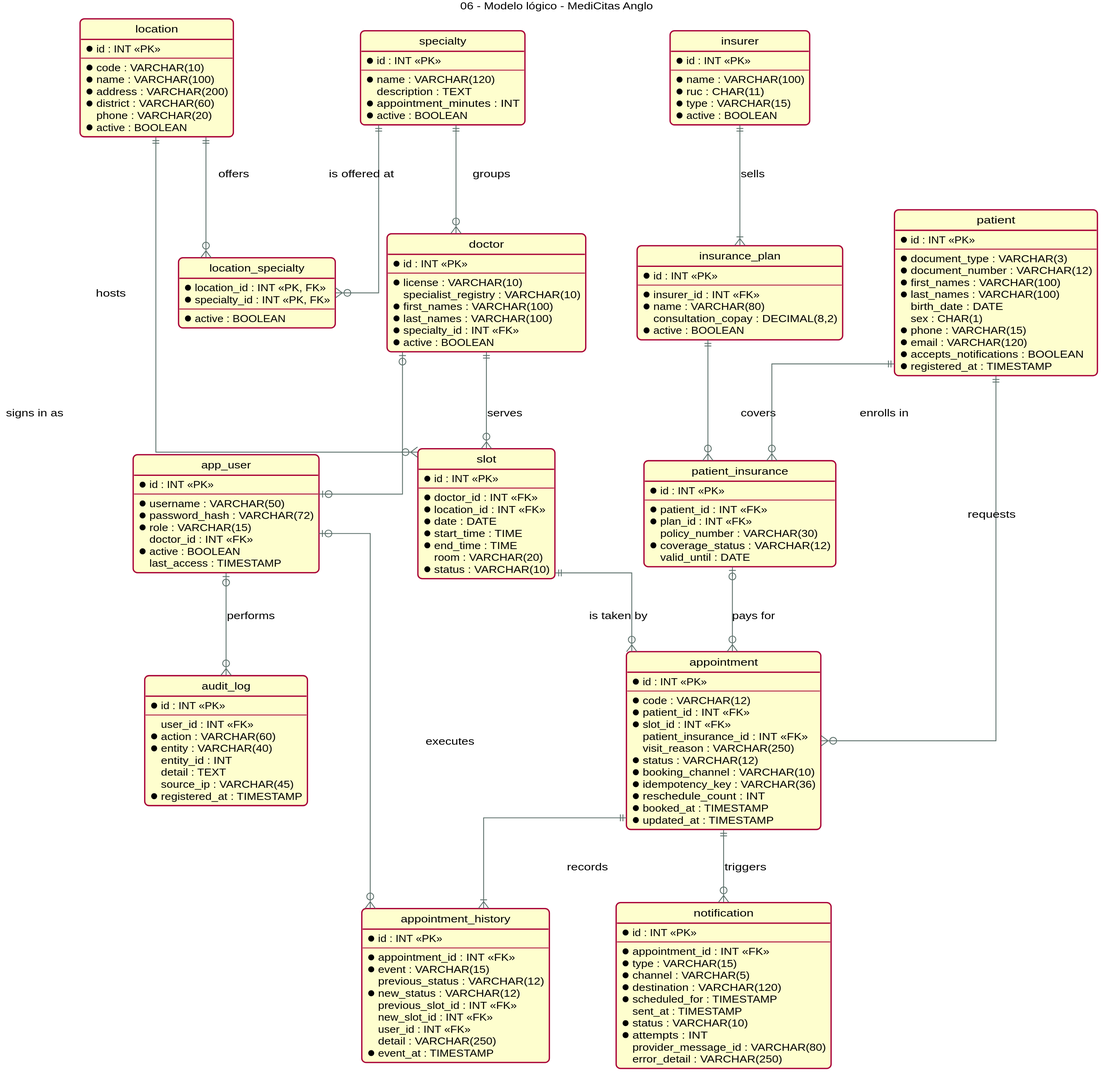
Earlier version of the PlantUML export docs/diagrams/logical-model/img/logical-model.svg (Jimena-CC/ProyectoCitasMedicas). The source it was exported from:
```plantuml
@startuml
title 06 - Modelo lógico - MediCitas Anglo

skinparam shadowing false
skinparam roundCorner 10
skinparam defaultFontName "Helvetica"
skinparam defaultFontSize 12
skinparam dpi 150
skinparam linetype ortho
skinparam nodesep 60
skinparam ranksep 70
skinparam ArrowColor #5A6E69
skinparam entity {
  BackgroundColor #F4F8F7
  BorderColor #7A8C88
  FontColor #17302B
}
skinparam note {
  BackgroundColor #FFF6E5
  BorderColor #9A5B00
  FontColor #5A3A00
}

hide circle

entity specialty {
  * id : INT <<PK>>
  --
  * name : VARCHAR(120)
  description : TEXT
  * appointment_minutes : INT
  * active : BOOLEAN
}

entity location {
  * id : INT <<PK>>
  --
  * code : VARCHAR(10)
  * name : VARCHAR(100)
  * address : VARCHAR(200)
  * district : VARCHAR(60)
  phone : VARCHAR(20)
  * active : BOOLEAN
}

entity location_specialty {
  * location_id : INT <<PK, FK>>
  * specialty_id : INT <<PK, FK>>
  --
  * active : BOOLEAN
}

entity doctor {
  * id : INT <<PK>>
  --
  * license : VARCHAR(10)
  specialist_registry : VARCHAR(10)
  * first_names : VARCHAR(100)
  * last_names : VARCHAR(100)
  * specialty_id : INT <<FK>>
  * active : BOOLEAN
}

entity insurer {
  * id : INT <<PK>>
  --
  * name : VARCHAR(100)
  * ruc : CHAR(11)
  * type : VARCHAR(15)
  * active : BOOLEAN
}

entity insurance_plan {
  * id : INT <<PK>>
  --
  * insurer_id : INT <<FK>>
  * name : VARCHAR(80)
  consultation_copay : DECIMAL(8,2)
  * active : BOOLEAN
}

entity patient {
  * id : INT <<PK>>
  --
  * document_type : VARCHAR(3)
  * document_number : VARCHAR(12)
  * first_names : VARCHAR(100)
  * last_names : VARCHAR(100)
  birth_date : DATE
  sex : CHAR(1)
  * phone : VARCHAR(15)
  * email : VARCHAR(120)
  * accepts_notifications : BOOLEAN
  * registered_at : TIMESTAMP
}

entity patient_insurance {
  * id : INT <<PK>>
  --
  * patient_id : INT <<FK>>
  * plan_id : INT <<FK>>
  policy_number : VARCHAR(30)
  * coverage_status : VARCHAR(12)
  valid_until : DATE
}

entity slot {
  * id : INT <<PK>>
  --
  * doctor_id : INT <<FK>>
  * location_id : INT <<FK>>
  * date : DATE
  * start_time : TIME
  * end_time : TIME
  room : VARCHAR(20)
  * status : VARCHAR(10)
}

entity appointment {
  * id : INT <<PK>>
  --
  * code : VARCHAR(12)
  * patient_id : INT <<FK>>
  * slot_id : INT <<FK>>
  patient_insurance_id : INT <<FK>>
  visit_reason : VARCHAR(250)
  * status : VARCHAR(12)
  * booking_channel : VARCHAR(10)
  * idempotency_key : VARCHAR(36)
  * reschedule_count : INT
  * booked_at : TIMESTAMP
  * updated_at : TIMESTAMP
}

entity appointment_history {
  * id : INT <<PK>>
  --
  * appointment_id : INT <<FK>>
  * event : VARCHAR(15)
  previous_status : VARCHAR(12)
  * new_status : VARCHAR(12)
  previous_slot_id : INT <<FK>>
  new_slot_id : INT <<FK>>
  user_id : INT <<FK>>
  detail : VARCHAR(250)
  * event_at : TIMESTAMP
}

entity notification {
  * id : INT <<PK>>
  --
  * appointment_id : INT <<FK>>
  * type : VARCHAR(15)
  * channel : VARCHAR(5)
  * destination : VARCHAR(120)
  * scheduled_for : TIMESTAMP
  sent_at : TIMESTAMP
  * status : VARCHAR(10)
  * attempts : INT
  provider_message_id : VARCHAR(80)
  error_detail : VARCHAR(250)
}

entity app_user {
  * id : INT <<PK>>
  --
  * username : VARCHAR(50)
  * password_hash : VARCHAR(72)
  * role : VARCHAR(15)
  doctor_id : INT <<FK>>
  * active : BOOLEAN
  last_access : TIMESTAMP
}

entity audit_log {
  * id : INT <<PK>>
  --
  user_id : INT <<FK>>
  * action : VARCHAR(60)
  * entity : VARCHAR(40)
  entity_id : INT
  detail : TEXT
  source_ip : VARCHAR(45)
  * registered_at : TIMESTAMP
}

specialty ||--o{ doctor : groups
location ||--o{ location_specialty : offers
specialty ||--o{ location_specialty : "is offered at"
doctor ||--o{ slot : serves
location ||--o{ slot : hosts
insurer ||--|{ insurance_plan : sells
insurance_plan ||--o{ patient_insurance : covers
patient ||--o{ patient_insurance : "enrolls in"
patient ||--o{ appointment : requests
patient_insurance |o--o{ appointment : "pays for"
slot ||--o{ appointment : "is taken by"
appointment ||--|{ appointment_history : records
appointment ||--o{ notification : triggers
doctor |o--o| app_user : "signs in as"
app_user |o--o{ audit_log : performs
app_user |o--o{ appointment_history : executes

@enduml
```
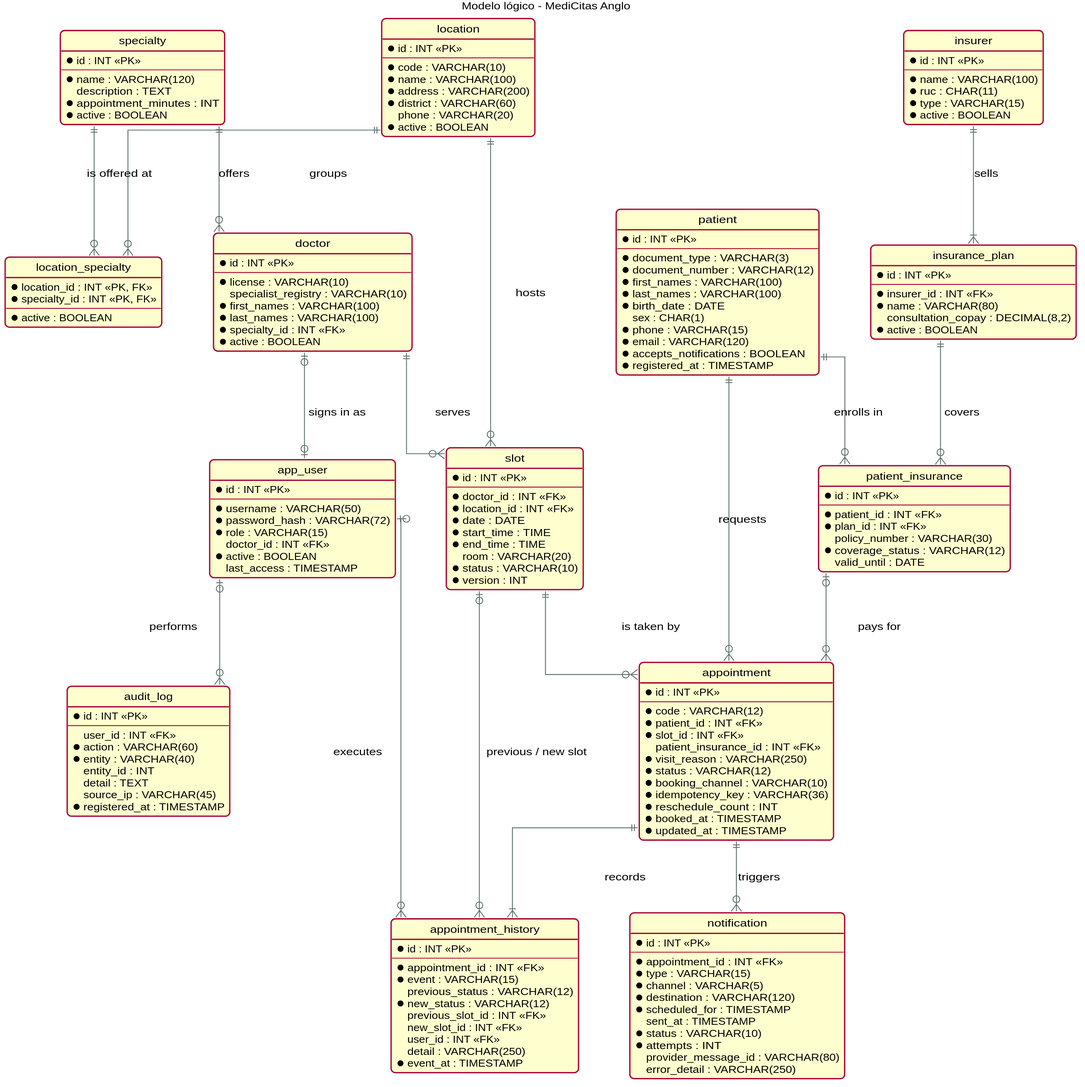
Above is the later version.

The edit, as a diff of the source:
```diff
@@ -1,5 +1,5 @@
 @startuml
-title 06 - Modelo lógico - MediCitas Anglo
+title Modelo lógico - MediCitas Anglo
 
 skinparam shadowing false
 skinparam roundCorner 10
@@ -86,7 +86,7 @@
   * document_number : VARCHAR(12)
   * first_names : VARCHAR(100)
   * last_names : VARCHAR(100)
-  birth_date : DATE
+  * birth_date : DATE
   sex : CHAR(1)
   * phone : VARCHAR(15)
   * email : VARCHAR(120)
@@ -114,6 +114,7 @@
   * end_time : TIME
   room : VARCHAR(20)
   * status : VARCHAR(10)
+  * version : INT
 }
 
 entity appointment {
@@ -123,7 +124,7 @@
   * patient_id : INT <<FK>>
   * slot_id : INT <<FK>>
   patient_insurance_id : INT <<FK>>
-  visit_reason : VARCHAR(250)
+  * visit_reason : VARCHAR(250)
   * status : VARCHAR(12)
   * booking_channel : VARCHAR(10)
   * idempotency_key : VARCHAR(36)
@@ -196,6 +197,7 @@
 patient_insurance |o--o{ appointment : "pays for"
 slot ||--o{ appointment : "is taken by"
 appointment ||--|{ appointment_history : records
+slot |o--o{ appointment_history : "previous / new slot"
 appointment ||--o{ notification : triggers
 doctor |o--o| app_user : "signs in as"
 app_user |o--o{ audit_log : performs
```
